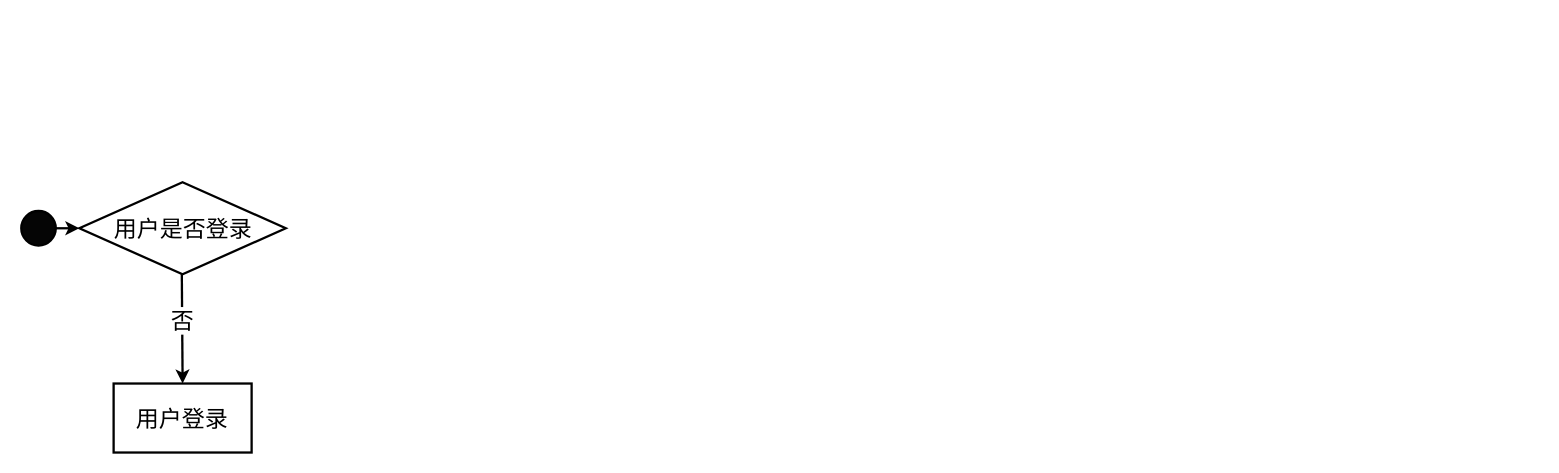
The draw.io diagram 2024-BUAA-SE/需求规格书/成果解读模块-业务流程.drawio in jongsh/drawio, before the edit. Source tidied: cells renumbered, new cells numbered last; positions are measured from the earlier drawing's top-left corner, leaving out a move shared by most shapes. Both pictures are drawn from the tidied source at 115%, with x=0, y=0 at pixel (21, 182).
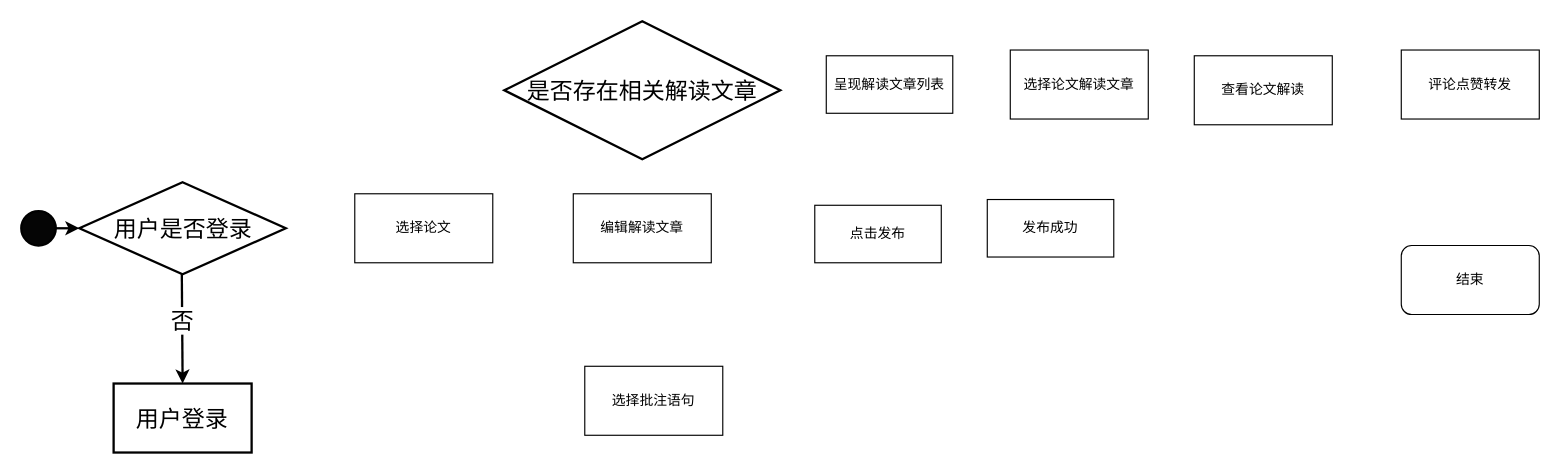
Above is the later version.

Commit message (it also covers changes not shown here):
更新成果解读模块-业务流程.drawio

The edit, as a diff of the source:
```diff
@@
+    <mxCell id="9" value="选择论文" style="rounded=0;whiteSpace=wrap;html=1;" parent="1" vertex="1">
+      <mxGeometry x="290" y="10" width="120" height="60" as="geometry" />
+    </mxCell>
+    <mxCell id="10" value="编辑解读文章" style="rounded=0;whiteSpace=wrap;html=1;" parent="1" vertex="1">
+      <mxGeometry x="480" y="10" width="120" height="60" as="geometry" />
+    </mxCell>
+    <mxCell id="11" value="选择批注语句" style="rounded=0;whiteSpace=wrap;html=1;" parent="1" vertex="1">
+      <mxGeometry x="490" y="160" width="120" height="60" as="geometry" />
+    </mxCell>
+    <mxCell id="12" value="&lt;font style=&quot;font-size: 20px;&quot;&gt;是否存在相关解读文章&lt;/font&gt;" style="rhombus;whiteSpace=wrap;html=1;strokeWidth=2;spacing=2;fontSize=20;fontColor=default;labelBackgroundColor=none;horizontal=1;" parent="1" vertex="1">
+      <mxGeometry x="420" y="-140" width="240" height="120" as="geometry" />
+    </mxCell>
+    <mxCell id="13" value="呈现解读文章列表" style="rounded=0;whiteSpace=wrap;html=1;" parent="1" vertex="1">
+      <mxGeometry x="700" y="-110" width="110" height="50" as="geometry" />
+    </mxCell>
+    <mxCell id="14" value="选择论文解读文章" style="rounded=0;whiteSpace=wrap;html=1;" parent="1" vertex="1">
+      <mxGeometry x="860" y="-115" width="120" height="60" as="geometry" />
+    </mxCell>
+    <mxCell id="15" value="查看论文解读" style="rounded=0;whiteSpace=wrap;html=1;" parent="1" vertex="1">
+      <mxGeometry x="1020" y="-110" width="120" height="60" as="geometry" />
+    </mxCell>
+    <mxCell id="16" value="评论点赞转发" style="rounded=0;whiteSpace=wrap;html=1;" parent="1" vertex="1">
+      <mxGeometry x="1200" y="-115" width="120" height="60" as="geometry" />
+    </mxCell>
+    <mxCell id="17" value="点击发布" style="rounded=0;whiteSpace=wrap;html=1;" parent="1" vertex="1">
+      <mxGeometry x="690" y="20" width="110" height="50" as="geometry" />
+    </mxCell>
+    <mxCell id="18" value="发布成功" style="rounded=0;whiteSpace=wrap;html=1;" parent="1" vertex="1">
+      <mxGeometry x="840" y="15" width="110" height="50" as="geometry" />
+    </mxCell>
+    <mxCell id="19" value="结束" style="rounded=1;whiteSpace=wrap;html=1;" parent="1" vertex="1">
+      <mxGeometry x="1200" y="55" width="120" height="60" as="geometry" />
+    </mxCell>
```
